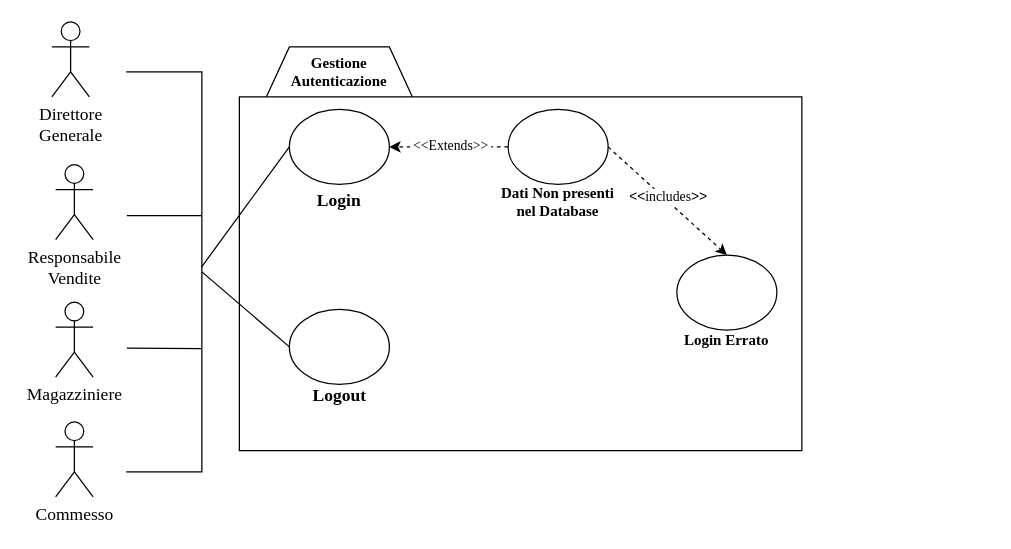
This is Bozze/Diagrammi Casi D'Uso/GestioneAutenticazioneALPHA.drawio from Carmineh/IT-Manager, a draw.io file, before an edit. Source tidied: cells renumbered, new cells numbered last; positions are measured from the earlier drawing's top-left corner, leaving out a move shared by most shapes. Both pictures are drawn from the tidied source at 125%, with x=0, y=0 at pixel (-36, 21).
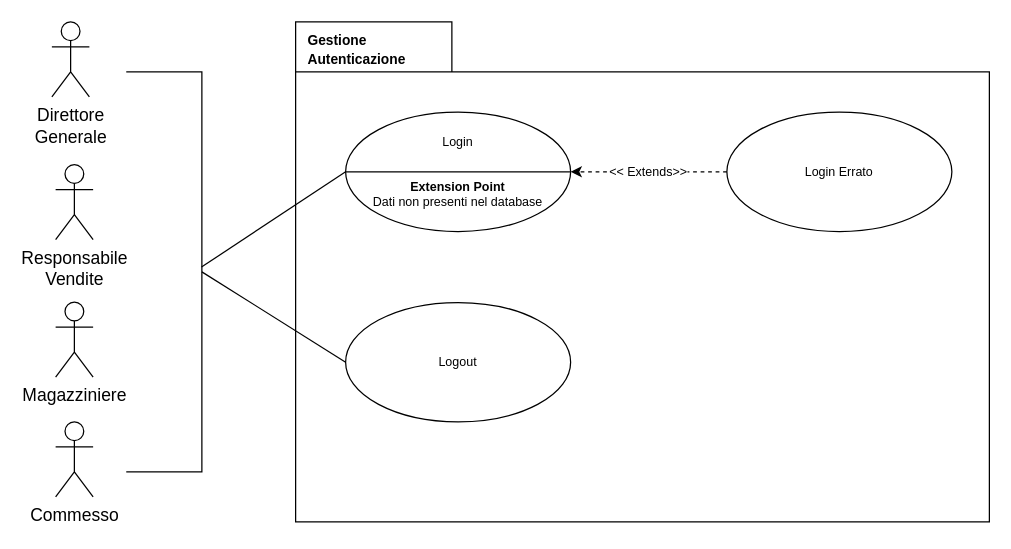
Above is the later version.

Change to the diagram source:
```diff
@@
-    <mxCell id="2" style="shape=hexagon;perimeter=hexagonPerimeter2;whiteSpace=wrap;html=1;fixedSize=1;" parent="1" vertex="1">
-      <mxGeometry x="240" y="20" width="120" height="87" as="geometry" />
-    </mxCell>
+    <mxCell id="26" style="shape=folder;fontStyle=1;spacingTop=10;tabWidth=125;tabHeight=40;tabPosition=left;html=1;fontSize=10;" parent="1" vertex="1">
+      <mxGeometry x="265" width="555" height="400" as="geometry" />
+    </mxCell>
-    <mxCell id="3" value="&lt;div&gt;&lt;font style=&quot;font-size: 14px&quot; face=&quot;Times New Roman&quot;&gt;Direttore&lt;/font&gt;&lt;/div&gt;&lt;div&gt;&lt;font style=&quot;font-size: 14px&quot; face=&quot;Times New Roman&quot;&gt;Generale&lt;br&gt;&lt;/font&gt;&lt;/div&gt;" style="shape=umlActor;verticalLabelPosition=bottom;verticalAlign=top;html=1;" parent="1" vertex="1">
+    <mxCell id="3" value="&lt;div&gt;&lt;font style=&quot;font-size: 14px&quot;&gt;Direttore&lt;/font&gt;&lt;/div&gt;&lt;div&gt;&lt;font style=&quot;font-size: 14px&quot;&gt;Generale&lt;br&gt;&lt;/font&gt;&lt;/div&gt;" style="shape=umlActor;verticalLabelPosition=bottom;verticalAlign=top;html=1;" parent="1" vertex="1">
       <mxGeometry x="70" width="30" height="60" as="geometry" />
     </mxCell>
-    <mxCell id="4" value="&lt;div&gt;&lt;font style=&quot;font-size: 14px&quot; face=&quot;Times New Roman&quot;&gt;Responsabile&lt;/font&gt;&lt;/div&gt;&lt;div&gt;&lt;font style=&quot;font-size: 14px&quot; face=&quot;Times New Roman&quot;&gt;Vendite&lt;br&gt;&lt;/font&gt;&lt;/div&gt;" style="shape=umlActor;verticalLabelPosition=bottom;verticalAlign=top;html=1;" parent="1" vertex="1">
+    <mxCell id="4" value="&lt;div&gt;&lt;font style=&quot;font-size: 14px&quot;&gt;Responsabile&lt;/font&gt;&lt;/div&gt;&lt;div&gt;&lt;font style=&quot;font-size: 14px&quot;&gt;Vendite&lt;br&gt;&lt;/font&gt;&lt;/div&gt;" style="shape=umlActor;verticalLabelPosition=bottom;verticalAlign=top;html=1;" parent="1" vertex="1">
       <mxGeometry x="73" y="114.2" width="30" height="60" as="geometry" />
     </mxCell>
-    <mxCell id="5" value="&lt;font style=&quot;font-size: 14px&quot; face=&quot;Times New Roman&quot;&gt;Magazziniere&lt;/font&gt;" style="shape=umlActor;verticalLabelPosition=bottom;verticalAlign=top;html=1;" parent="1" vertex="1">
+    <mxCell id="5" value="&lt;font style=&quot;font-size: 14px&quot;&gt;Magazziniere&lt;/font&gt;" style="shape=umlActor;verticalLabelPosition=bottom;verticalAlign=top;html=1;" parent="1" vertex="1">
       <mxGeometry x="73" y="224.2" width="30" height="60" as="geometry" />
     </mxCell>
-    <mxCell id="6" value="&lt;font style=&quot;font-size: 14px&quot; face=&quot;Times New Roman&quot;&gt;Commesso&lt;/font&gt;" style="shape=umlActor;verticalLabelPosition=bottom;verticalAlign=top;html=1;" parent="1" vertex="1">
+    <mxCell id="6" value="&lt;font style=&quot;font-size: 14px&quot;&gt;Commesso&lt;/font&gt;" style="shape=umlActor;verticalLabelPosition=bottom;verticalAlign=top;html=1;" parent="1" vertex="1">
       <mxGeometry x="73" y="320" width="30" height="60" as="geometry" />
     </mxCell>
-    <mxCell id="7" style="rounded=0;whiteSpace=wrap;html=1;" parent="1" vertex="1">
-      <mxGeometry x="220" y="60" width="450" height="283" as="geometry" />
-    </mxCell>
-    <mxCell id="8" value="&lt;div&gt;&lt;br&gt;&lt;/div&gt;&lt;div&gt;&lt;br&gt;&lt;/div&gt;&lt;div&gt;&lt;br&gt;&lt;/div&gt;&lt;div&gt;&lt;br&gt;&lt;/div&gt;&lt;div&gt;&lt;br&gt;&lt;/div&gt;&lt;div&gt;&lt;br&gt;&lt;/div&gt;" style="ellipse;whiteSpace=wrap;html=1;" parent="1" vertex="1">
-      <mxGeometry x="260" y="70" width="80" height="60" as="geometry" />
-    </mxCell>
-    <mxCell id="9" value="&lt;div&gt;&lt;font face=&quot;Times New Roman&quot;&gt;&lt;span style=&quot;font-size: 14px&quot;&gt;&lt;b&gt;Login&lt;/b&gt;&lt;/span&gt;&lt;/font&gt;&lt;/div&gt;" style="text;html=1;strokeColor=none;fillColor=none;align=center;verticalAlign=middle;whiteSpace=wrap;rounded=0;" parent="1" vertex="1">
-      <mxGeometry x="235" y="134.2" width="130" height="20" as="geometry" />
-    </mxCell>
-    <mxCell id="10" value="&lt;div&gt;&lt;br&gt;&lt;/div&gt;&lt;div&gt;&lt;br&gt;&lt;/div&gt;&lt;div&gt;&lt;br&gt;&lt;/div&gt;&lt;div&gt;&lt;br&gt;&lt;/div&gt;&lt;div&gt;&lt;br&gt;&lt;/div&gt;&lt;div&gt;&lt;br&gt;&lt;/div&gt;" style="ellipse;whiteSpace=wrap;html=1;" parent="1" vertex="1">
-      <mxGeometry x="260" y="230" width="80" height="60" as="geometry" />
-    </mxCell>
+    <mxCell id="12" style="shape=partialRectangle;whiteSpace=wrap;html=1;bottom=1;right=1;left=1;top=0;fillColor=none;routingCenterX=-0.5;rotation=-90;" parent="1" vertex="1">
+      <mxGeometry y="170" width="320" height="60" as="geometry" />
+    </mxCell>
+    <mxCell id="15" value="&lt;div&gt;&lt;font style=&quot;font-size: 11px&quot;&gt;&lt;b&gt;Gestione Autenticazione&lt;/b&gt;&lt;/font&gt;&lt;/div&gt;" style="text;html=1;strokeColor=none;fillColor=none;align=left;verticalAlign=middle;whiteSpace=wrap;rounded=0;" parent="1" vertex="1">
+      <mxGeometry x="272.5" y="7" width="107.5" height="30" as="geometry" />
+    </mxCell>
+    <mxCell id="27" style="endArrow=none;html=1;entryX=0;entryY=0.5;entryDx=0;entryDy=0;exitX=0.512;exitY=0.995;exitDx=0;exitDy=0;exitPerimeter=0;" parent="1" edge="1" source="12" target="29">
+      <mxGeometry relative="1" as="geometry" />
+    </mxCell>
+    <mxCell id="28" style="endArrow=none;html=1;exitX=0.5;exitY=1;exitDx=0;exitDy=0;entryX=0;entryY=0.5;entryDx=0;entryDy=0;" parent="1" edge="1" source="12" target="11">
+      <mxGeometry relative="1" as="geometry" />
+    </mxCell>
+    <mxCell id="29" value="Login&lt;br&gt;&lt;br&gt;&lt;br&gt;&lt;b&gt;Extension Point&lt;br&gt;&lt;/b&gt;Dati non presenti nel database" style="ellipse;whiteSpace=wrap;html=1;fontSize=10;" parent="1" vertex="1">
+      <mxGeometry x="305" y="72.2" width="180" height="95.5" as="geometry" />
+    </mxCell>
+    <mxCell id="30" style="endArrow=none;html=1;fontSize=10;exitX=0;exitY=0.5;exitDx=0;exitDy=0;entryX=1;entryY=0.5;entryDx=0;entryDy=0;" parent="1" edge="1" source="29" target="29">
+      <mxGeometry relative="1" as="geometry" />
+    </mxCell>
+    <mxCell id="23" value="Login Errato" style="ellipse;whiteSpace=wrap;html=1;fontSize=10;" parent="1" vertex="1">
+      <mxGeometry x="610" y="72.2" width="180" height="95.5" as="geometry" />
+    </mxCell>
+    <mxCell id="31" value="&amp;lt;&amp;lt; Extends&amp;gt;&amp;gt;" style="endArrow=classic;html=1;fontSize=10;entryX=1;entryY=0.5;entryDx=0;entryDy=0;exitX=0;exitY=0.5;exitDx=0;exitDy=0;dashed=1;" parent="1" edge="1" source="23" target="29">
+      <mxGeometry relative="1" as="geometry" />
+    </mxCell>
-    <mxCell id="11" value="&lt;div&gt;&lt;font face=&quot;Times New Roman&quot;&gt;&lt;span style=&quot;font-size: 14px&quot;&gt;&lt;b&gt;Logout&lt;/b&gt;&lt;/span&gt;&lt;/font&gt;&lt;/div&gt;" style="text;html=1;strokeColor=none;fillColor=none;align=center;verticalAlign=middle;whiteSpace=wrap;rounded=0;" parent="1" vertex="1">
-      <mxGeometry x="227.5" y="290" width="145" height="20" as="geometry" />
+    <mxCell id="11" value="Logout" style="ellipse;whiteSpace=wrap;html=1;fontSize=10;" parent="1" vertex="1">
+      <mxGeometry x="305" y="224.5" width="180" height="95.5" as="geometry" />
     </mxCell>
-    <mxCell id="12" style="shape=partialRectangle;whiteSpace=wrap;html=1;bottom=1;right=1;left=1;top=0;fillColor=none;routingCenterX=-0.5;rotation=-90;" parent="1" vertex="1">
-      <mxGeometry y="170" width="320" height="60" as="geometry" />
-    </mxCell>
-    <mxCell id="13" style="endArrow=none;html=1;" parent="1" edge="1">
-      <mxGeometry relative="1" as="geometry">
-        <mxPoint x="130" y="155" as="sourcePoint" />
-        <mxPoint x="190" y="155" as="targetPoint" />
-      </mxGeometry>
-    </mxCell>
-    <mxCell id="14" style="endArrow=none;html=1;" parent="1" edge="1">
-      <mxGeometry relative="1" as="geometry">
-        <mxPoint x="130" y="261" as="sourcePoint" />
-        <mxPoint x="190" y="261.3" as="targetPoint" />
-      </mxGeometry>
-    </mxCell>
-    <mxCell id="15" value="&lt;div align=&quot;center&quot;&gt;&lt;font face=&quot;Times New Roman&quot;&gt;&lt;b&gt;Gestione&lt;/b&gt;&lt;/font&gt;&lt;/div&gt;&lt;div align=&quot;center&quot;&gt;&lt;font face=&quot;Times New Roman&quot;&gt;&lt;b&gt;Autenticazione&lt;/b&gt;&lt;/font&gt;&lt;/div&gt;" style="text;html=1;strokeColor=none;fillColor=none;align=center;verticalAlign=middle;whiteSpace=wrap;rounded=0;" parent="1" vertex="1">
-      <mxGeometry x="280" y="30" width="40" height="20" as="geometry" />
-    </mxCell>
-    <mxCell id="16" style="endArrow=none;html=1;entryX=0;entryY=0.5;entryDx=0;entryDy=0;exitX=0.512;exitY=0.995;exitDx=0;exitDy=0;exitPerimeter=0;" parent="1" edge="1" source="12" target="8">
-      <mxGeometry relative="1" as="geometry" />
-    </mxCell>
-    <mxCell id="17" style="endArrow=none;html=1;exitX=0.5;exitY=1;exitDx=0;exitDy=0;entryX=0;entryY=0.5;entryDx=0;entryDy=0;" parent="1" edge="1" source="12" target="10">
-      <mxGeometry relative="1" as="geometry" />
-    </mxCell>
-    <mxCell id="18" style="endArrow=classic;html=1;dashed=1;entryX=1;entryY=0.5;entryDx=0;entryDy=0;exitX=0;exitY=0.5;exitDx=0;exitDy=0;" parent="1" edge="1" source="20" target="8">
-      <mxGeometry relative="1" as="geometry" />
-    </mxCell>
-    <mxCell id="19" value="&lt;font face=&quot;Times New Roman&quot;&gt;&amp;nbsp;&amp;lt;&amp;lt;Extends&amp;gt;&amp;gt;&amp;nbsp;&lt;/font&gt;" style="edgeLabel;html=1;align=center;verticalAlign=middle;" parent="18" vertex="1">
-      <mxGeometry x="-0.01" y="1" relative="1" as="geometry">
-        <mxPoint y="-3" as="offset" />
-      </mxGeometry>
-    </mxCell>
-    <mxCell id="20" value="&lt;div&gt;&lt;br&gt;&lt;/div&gt;&lt;div&gt;&lt;br&gt;&lt;/div&gt;&lt;div&gt;&lt;br&gt;&lt;/div&gt;&lt;div&gt;&lt;br&gt;&lt;/div&gt;&lt;div&gt;&lt;br&gt;&lt;/div&gt;&lt;div&gt;&lt;br&gt;&lt;/div&gt;" style="ellipse;whiteSpace=wrap;html=1;" parent="1" vertex="1">
-      <mxGeometry x="435" y="70" width="80" height="60" as="geometry" />
-    </mxCell>
-    <mxCell id="21" value="&lt;div&gt;&lt;font face=&quot;Times New Roman&quot;&gt;&lt;b&gt;Dati Non presenti&lt;/b&gt;&lt;/font&gt;&lt;/div&gt;&lt;div&gt;&lt;font face=&quot;Times New Roman&quot;&gt;&lt;b&gt;nel Database&lt;/b&gt;&lt;/font&gt;&lt;br&gt;&lt;/div&gt;" style="text;html=1;strokeColor=none;fillColor=none;align=center;verticalAlign=middle;whiteSpace=wrap;rounded=0;" parent="1" vertex="1">
-      <mxGeometry x="410" y="134.2" width="130" height="20" as="geometry" />
-    </mxCell>
-    <mxCell id="22" value="&lt;div&gt;&lt;br&gt;&lt;/div&gt;&lt;div&gt;&lt;br&gt;&lt;/div&gt;&lt;div&gt;&lt;br&gt;&lt;/div&gt;&lt;div&gt;&lt;br&gt;&lt;/div&gt;&lt;div&gt;&lt;br&gt;&lt;/div&gt;&lt;div&gt;&lt;br&gt;&lt;/div&gt;" style="ellipse;whiteSpace=wrap;html=1;" parent="1" vertex="1">
-      <mxGeometry x="570" y="186.5" width="80" height="60" as="geometry" />
-    </mxCell>
-    <mxCell id="23" value="&lt;div&gt;&lt;font face=&quot;Times New Roman&quot;&gt;&lt;b&gt;Login Errato&lt;/b&gt;&lt;/font&gt;&lt;/div&gt;&lt;div&gt;&lt;font face=&quot;Times New Roman&quot;&gt;&lt;b&gt;&lt;br&gt;&lt;/b&gt;&lt;/font&gt;&lt;/div&gt;" style="text;html=1;strokeColor=none;fillColor=none;align=center;verticalAlign=middle;whiteSpace=wrap;rounded=0;" parent="1" vertex="1">
-      <mxGeometry x="545" y="252" width="130" height="20" as="geometry" />
-    </mxCell>
-    <mxCell id="24" style="endArrow=classic;html=1;dashed=1;entryX=0.5;entryY=0;entryDx=0;entryDy=0;exitX=1;exitY=0.5;exitDx=0;exitDy=0;" parent="1" edge="1" source="20" target="22">
-      <mxGeometry relative="1" as="geometry" />
-    </mxCell>
-    <mxCell id="25" value="&amp;nbsp;&amp;lt;&amp;lt;&lt;font face=&quot;Times New Roman&quot;&gt;includes&lt;/font&gt;&amp;gt;&amp;gt;&amp;nbsp;" style="edgeLabel;html=1;align=center;verticalAlign=middle;" parent="24" vertex="1">
-      <mxGeometry x="-0.01" y="1" relative="1" as="geometry">
-        <mxPoint y="-3" as="offset" />
-      </mxGeometry>
-    </mxCell>
```
